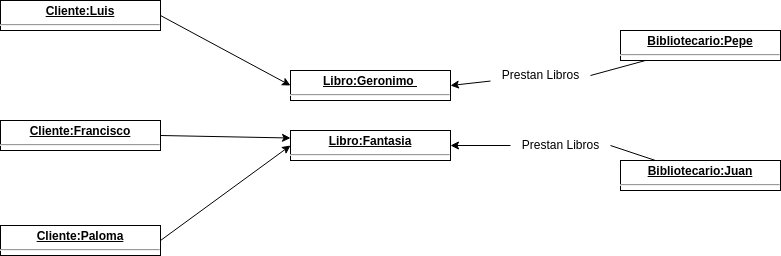
This is Casos de uso/Casos_de_uso_de_una_biblioteca/Diagrama de objecto.drawio.png from JVC0/ETS, a draw.io export, as it was before one commit. Source tidied: cells renumbered, new cells last; positions are measured from the earlier drawing's top-left corner, leaving out a move shared by most shapes.
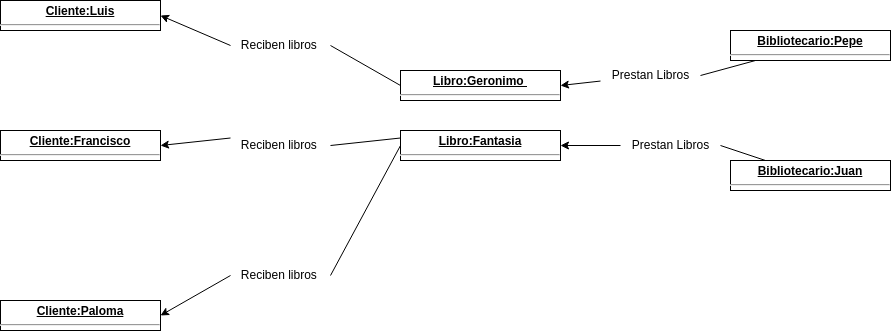
After the commit.

Change to the diagram source:
```diff
@@ -2,14 +2,14 @@
   <root>
     <mxCell id="0" />
     <mxCell id="1" parent="0" />
-    <mxCell id="2" style="edgeStyle=none;html=1;entryX=0;entryY=0.5;entryDx=0;entryDy=0;exitX=1;exitY=0.5;exitDx=0;exitDy=0;" parent="1" edge="1" source="3" target="5">
+    <mxCell id="2" style="edgeStyle=none;html=1;entryX=0;entryY=0.5;entryDx=0;entryDy=0;exitX=1;exitY=0.5;exitDx=0;exitDy=0;startArrow=none;startFill=1;endArrow=none;endFill=0;" parent="1" edge="1" source="23" target="5">
       <mxGeometry relative="1" as="geometry" />
     </mxCell>
     <mxCell id="3" value="&lt;p style=&quot;margin:0px;margin-top:4px;text-align:center;text-decoration:underline;&quot;&gt;&lt;b&gt;Cliente:Luis&lt;/b&gt;&lt;/p&gt;&lt;hr&gt;&lt;p style=&quot;margin:0px;margin-left:8px;&quot;&gt;&lt;br&gt;&lt;/p&gt;" style="verticalAlign=top;align=left;overflow=fill;fontSize=12;fontFamily=Helvetica;html=1;" parent="1" vertex="1">
-      <mxGeometry width="160" height="30" as="geometry" />
+      <mxGeometry x="-110" width="160" height="30" as="geometry" />
     </mxCell>
     <mxCell id="4" value="&lt;p style=&quot;margin:0px;margin-top:4px;text-align:center;text-decoration:underline;&quot;&gt;&lt;b&gt;Cliente:Francisco&lt;/b&gt;&lt;/p&gt;&lt;hr&gt;&lt;p style=&quot;margin:0px;margin-left:8px;&quot;&gt;&lt;br&gt;&lt;/p&gt;" style="verticalAlign=top;align=left;overflow=fill;fontSize=12;fontFamily=Helvetica;html=1;" parent="1" vertex="1">
-      <mxGeometry y="120" width="160" height="30" as="geometry" />
+      <mxGeometry x="-110" y="130" width="160" height="30" as="geometry" />
     </mxCell>
     <mxCell id="5" value="&lt;p style=&quot;margin:0px;margin-top:4px;text-align:center;text-decoration:underline;&quot;&gt;&lt;b&gt;Libro:Geronimo&amp;nbsp;&lt;/b&gt;&lt;/p&gt;&lt;hr&gt;&lt;p style=&quot;margin:0px;margin-left:8px;&quot;&gt;&lt;br&gt;&lt;/p&gt;" style="verticalAlign=top;align=left;overflow=fill;fontSize=12;fontFamily=Helvetica;html=1;" parent="1" vertex="1">
       <mxGeometry x="290" y="70" width="160" height="30" as="geometry" />
@@ -23,11 +23,11 @@
     <mxCell id="8" value="&lt;p style=&quot;margin:0px;margin-top:4px;text-align:center;text-decoration:underline;&quot;&gt;&lt;b&gt;Libro:Fantasia&lt;/b&gt;&lt;/p&gt;&lt;hr&gt;&lt;p style=&quot;margin:0px;margin-left:8px;&quot;&gt;&lt;br&gt;&lt;/p&gt;" style="verticalAlign=top;align=left;overflow=fill;fontSize=12;fontFamily=Helvetica;html=1;" parent="1" vertex="1">
       <mxGeometry x="290" y="130" width="160" height="30" as="geometry" />
     </mxCell>
-    <mxCell id="9" style="edgeStyle=none;html=1;entryX=0;entryY=0.5;entryDx=0;entryDy=0;exitX=1;exitY=0.5;exitDx=0;exitDy=0;" parent="1" edge="1" source="10" target="8">
+    <mxCell id="9" style="edgeStyle=none;html=1;entryX=0;entryY=0.5;entryDx=0;entryDy=0;exitX=1;exitY=0.5;exitDx=0;exitDy=0;startArrow=none;startFill=1;endArrow=none;endFill=0;" parent="1" edge="1" source="19" target="8">
       <mxGeometry relative="1" as="geometry" />
     </mxCell>
     <mxCell id="10" value="&lt;p style=&quot;margin:0px;margin-top:4px;text-align:center;text-decoration:underline;&quot;&gt;&lt;b&gt;Cliente:Paloma&lt;/b&gt;&lt;/p&gt;&lt;hr&gt;&lt;p style=&quot;margin:0px;margin-left:8px;&quot;&gt;&lt;br&gt;&lt;/p&gt;" style="verticalAlign=top;align=left;overflow=fill;fontSize=12;fontFamily=Helvetica;html=1;" parent="1" vertex="1">
-      <mxGeometry y="225" width="160" height="30" as="geometry" />
+      <mxGeometry x="-110" y="300" width="160" height="30" as="geometry" />
     </mxCell>
     <mxCell id="11" style="edgeStyle=none;html=1;entryX=1;entryY=0.5;entryDx=0;entryDy=0;startArrow=none;" parent="1" edge="1" source="17" target="8">
       <mxGeometry relative="1" as="geometry" />
@@ -35,7 +35,7 @@
     <mxCell id="12" value="&lt;p style=&quot;margin:0px;margin-top:4px;text-align:center;text-decoration:underline;&quot;&gt;&lt;b&gt;Bibliotecario:Juan&lt;/b&gt;&lt;/p&gt;&lt;hr&gt;&lt;p style=&quot;margin:0px;margin-left:8px;&quot;&gt;&lt;br&gt;&lt;/p&gt;" style="verticalAlign=top;align=left;overflow=fill;fontSize=12;fontFamily=Helvetica;html=1;" parent="1" vertex="1">
       <mxGeometry x="620" y="160" width="160" height="30" as="geometry" />
     </mxCell>
-    <mxCell id="13" style="endArrow=classic;html=1;exitX=1;exitY=0.5;exitDx=0;exitDy=0;entryX=0;entryY=0.25;entryDx=0;entryDy=0;" parent="1" edge="1" source="4" target="8">
+    <mxCell id="13" style="endArrow=none;html=1;exitX=1;exitY=0.5;exitDx=0;exitDy=0;entryX=0;entryY=0.25;entryDx=0;entryDy=0;startArrow=none;startFill=1;endFill=0;" parent="1" edge="1" source="21" target="8">
       <mxGeometry relative="1" as="geometry" />
     </mxCell>
     <mxCell id="14" style="edgeStyle=none;html=1;entryX=1;entryY=0.5;entryDx=0;entryDy=0;endArrow=none;" parent="1" edge="1" source="7" target="15">
@@ -50,5 +50,23 @@
     <mxCell id="17" value="Prestan Libros&lt;br&gt;" style="text;html=1;align=center;verticalAlign=middle;points=[];strokeColor=none;fillColor=none;" parent="1" vertex="1">
       <mxGeometry x="510" y="130" width="100" height="30" as="geometry" />
     </mxCell>
+    <mxCell id="18" style="edgeStyle=none;html=1;entryX=0;entryY=0.5;entryDx=0;entryDy=0;exitX=1;exitY=0.5;exitDx=0;exitDy=0;startArrow=classic;startFill=1;endArrow=none;endFill=0;" parent="1" edge="1" source="10" target="19">
+      <mxGeometry relative="1" as="geometry" />
+    </mxCell>
+    <mxCell id="19" value="Reciben libros&amp;nbsp;" style="text;html=1;align=center;verticalAlign=middle;points=[];strokeColor=none;fillColor=none;" parent="1" vertex="1">
+      <mxGeometry x="120" y="260" width="100" height="30" as="geometry" />
+    </mxCell>
+    <mxCell id="20" style="endArrow=none;html=1;exitX=1;exitY=0.5;exitDx=0;exitDy=0;entryX=0;entryY=0.25;entryDx=0;entryDy=0;startArrow=classic;startFill=1;endFill=0;" parent="1" edge="1" source="4" target="21">
+      <mxGeometry relative="1" as="geometry" />
+    </mxCell>
+    <mxCell id="21" value="Reciben libros&amp;nbsp;" style="text;html=1;align=center;verticalAlign=middle;points=[];strokeColor=none;fillColor=none;" parent="1" vertex="1">
+      <mxGeometry x="120" y="130" width="100" height="30" as="geometry" />
+    </mxCell>
+    <mxCell id="22" style="edgeStyle=none;html=1;entryX=0;entryY=0.5;entryDx=0;entryDy=0;exitX=1;exitY=0.5;exitDx=0;exitDy=0;startArrow=classic;startFill=1;endArrow=none;endFill=0;" parent="1" edge="1" source="3" target="23">
+      <mxGeometry relative="1" as="geometry" />
+    </mxCell>
+    <mxCell id="23" value="Reciben libros&amp;nbsp;" style="text;html=1;align=center;verticalAlign=middle;points=[];strokeColor=none;fillColor=none;" parent="1" vertex="1">
+      <mxGeometry x="120" y="30" width="100" height="30" as="geometry" />
+    </mxCell>
   </root>
 </mxGraphModel>
```
